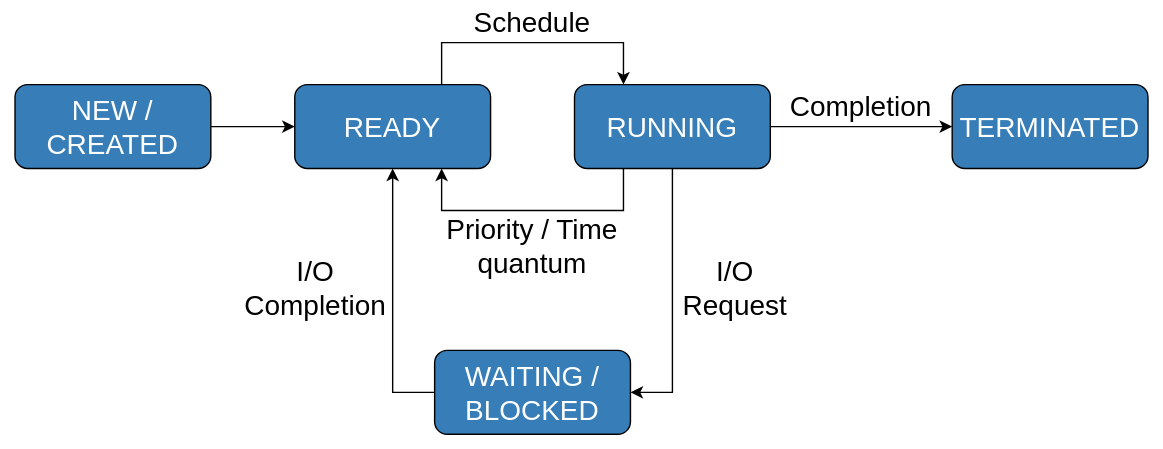
The draw.io diagram content/chapters/compute/lecture/media/thread-states.svg in VladNastase/operating-systems, before a commit. Source tidied: cells renumbered, new cells last; positions are measured from the earlier drawing's top-left corner, leaving out a move shared by most shapes.
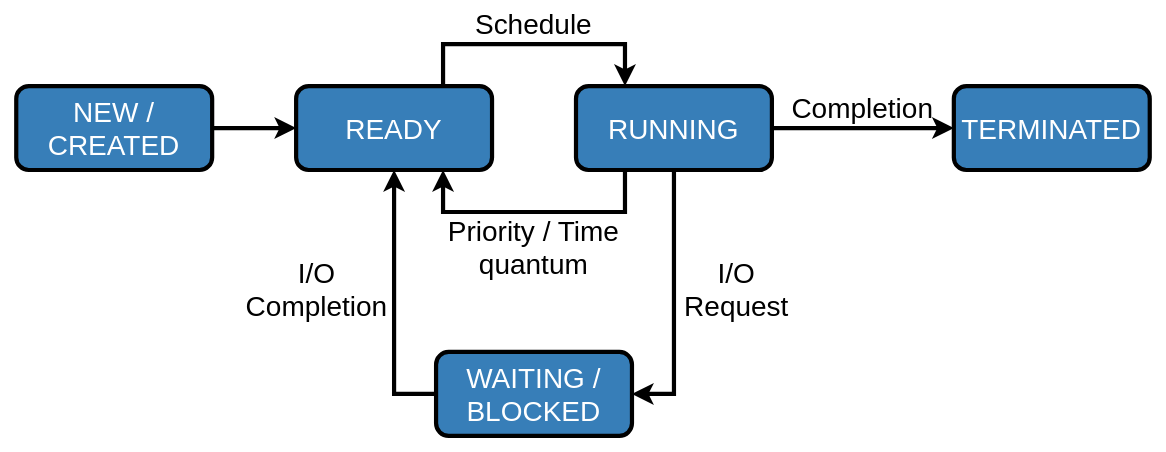
Above is the later version.

Change to the diagram source:
```diff
@@ -2,28 +2,28 @@
   <root>
     <mxCell id="0" />
     <mxCell id="1" parent="0" />
-    <mxCell id="2" style="rounded=1;whiteSpace=wrap;html=1;fontSize=20;strokeColor=#FFFFFF;fillColor=#FFFFFF;" parent="1" vertex="1">
+    <mxCell id="2" style="rounded=1;whiteSpace=wrap;html=1;fontSize=20;strokeColor=#FFFFFF;fillColor=#FFFFFF;strokeWidth=3;" parent="1" vertex="1">
       <mxGeometry width="830" height="320" as="geometry" />
     </mxCell>
-    <mxCell id="3" value="NEW / CREATED" style="rounded=1;whiteSpace=wrap;html=1;fontSize=20;fillColor=#377EB8;strokeColor=#000000;fontColor=#FFFFFF;" parent="1" vertex="1">
+    <mxCell id="3" value="NEW / CREATED" style="rounded=1;whiteSpace=wrap;html=1;fontSize=20;fillColor=#377EB8;strokeColor=#000000;fontColor=#FFFFFF;strokeWidth=3;" parent="1" vertex="1">
       <mxGeometry x="10" y="60" width="140" height="60" as="geometry" />
     </mxCell>
-    <mxCell id="4" value="READY" style="rounded=1;whiteSpace=wrap;html=1;fontSize=20;fillColor=#377EB8;strokeColor=#000000;fontColor=#FFFFFF;" parent="1" vertex="1">
+    <mxCell id="4" value="READY" style="rounded=1;whiteSpace=wrap;html=1;fontSize=20;fillColor=#377EB8;strokeColor=#000000;fontColor=#FFFFFF;strokeWidth=3;" parent="1" vertex="1">
       <mxGeometry x="210" y="60" width="140" height="60" as="geometry" />
     </mxCell>
-    <mxCell id="5" value="RUNNING" style="rounded=1;whiteSpace=wrap;html=1;fontSize=20;fillColor=#377EB8;strokeColor=#000000;fontColor=#FFFFFF;" parent="1" vertex="1">
+    <mxCell id="5" value="RUNNING" style="rounded=1;whiteSpace=wrap;html=1;fontSize=20;fillColor=#377EB8;strokeColor=#000000;fontColor=#FFFFFF;strokeWidth=3;" parent="1" vertex="1">
       <mxGeometry x="410" y="60" width="140" height="60" as="geometry" />
     </mxCell>
-    <mxCell id="6" value="TERMINATED" style="rounded=1;whiteSpace=wrap;html=1;fontSize=20;fillColor=#377EB8;strokeColor=#000000;fontColor=#FFFFFF;" parent="1" vertex="1">
+    <mxCell id="6" value="TERMINATED" style="rounded=1;whiteSpace=wrap;html=1;fontSize=20;fillColor=#377EB8;strokeColor=#000000;fontColor=#FFFFFF;strokeWidth=3;" parent="1" vertex="1">
       <mxGeometry x="680" y="60" width="140" height="60" as="geometry" />
     </mxCell>
-    <mxCell id="7" value="WAITING / BLOCKED" style="rounded=1;whiteSpace=wrap;html=1;fontSize=20;fillColor=#377EB8;strokeColor=#000000;fontColor=#FFFFFF;" parent="1" vertex="1">
+    <mxCell id="7" value="WAITING / BLOCKED" style="rounded=1;whiteSpace=wrap;html=1;fontSize=20;fillColor=#377EB8;strokeColor=#000000;fontColor=#FFFFFF;strokeWidth=3;" parent="1" vertex="1">
       <mxGeometry x="310" y="250" width="140" height="60" as="geometry" />
     </mxCell>
-    <mxCell id="8" style="endArrow=classic;html=1;rounded=0;entryX=0;entryY=0.5;entryDx=0;entryDy=0;exitX=1;exitY=0.5;exitDx=0;exitDy=0;fontSize=20;" parent="1" edge="1" source="3" target="4">
+    <mxCell id="8" style="endArrow=classic;html=1;rounded=0;entryX=0;entryY=0.5;entryDx=0;entryDy=0;exitX=1;exitY=0.5;exitDx=0;exitDy=0;fontSize=20;strokeWidth=3;" parent="1" edge="1" source="3" target="4">
       <mxGeometry relative="1" as="geometry" />
     </mxCell>
-    <mxCell id="9" style="endArrow=classic;html=1;rounded=0;fontSize=20;entryX=0.25;entryY=0;entryDx=0;entryDy=0;exitX=0.75;exitY=0;exitDx=0;exitDy=0;" parent="1" edge="1" source="4" target="5">
+    <mxCell id="9" style="endArrow=classic;html=1;rounded=0;fontSize=20;entryX=0.25;entryY=0;entryDx=0;entryDy=0;exitX=0.75;exitY=0;exitDx=0;exitDy=0;strokeWidth=3;" parent="1" edge="1" source="4" target="5">
       <mxGeometry relative="1" as="geometry">
         <Array as="points">
           <mxPoint x="315" y="30" />
@@ -32,7 +32,7 @@
         </Array>
       </mxGeometry>
     </mxCell>
-    <mxCell id="10" style="endArrow=classic;html=1;rounded=0;fontSize=20;entryX=0.75;entryY=1;entryDx=0;entryDy=0;exitX=0.25;exitY=1;exitDx=0;exitDy=0;" parent="1" edge="1" source="5" target="4">
+    <mxCell id="10" style="endArrow=classic;html=1;rounded=0;fontSize=20;entryX=0.75;entryY=1;entryDx=0;entryDy=0;exitX=0.25;exitY=1;exitDx=0;exitDy=0;strokeWidth=3;" parent="1" edge="1" source="5" target="4">
       <mxGeometry relative="1" as="geometry">
         <Array as="points">
           <mxPoint x="445" y="150" />
@@ -41,14 +41,14 @@
         </Array>
       </mxGeometry>
     </mxCell>
-    <mxCell id="11" style="endArrow=classic;html=1;rounded=0;fontSize=20;entryX=1;entryY=0.5;entryDx=0;entryDy=0;exitX=0.5;exitY=1;exitDx=0;exitDy=0;" parent="1" edge="1" source="5" target="7">
+    <mxCell id="11" style="endArrow=classic;html=1;rounded=0;fontSize=20;entryX=1;entryY=0.5;entryDx=0;entryDy=0;exitX=0.5;exitY=1;exitDx=0;exitDy=0;strokeWidth=3;" parent="1" edge="1" source="5" target="7">
       <mxGeometry relative="1" as="geometry">
         <Array as="points">
           <mxPoint x="480" y="280" />
         </Array>
       </mxGeometry>
     </mxCell>
-    <mxCell id="12" style="endArrow=classic;html=1;rounded=0;fontSize=20;entryX=0.5;entryY=1;entryDx=0;entryDy=0;exitX=0;exitY=0.5;exitDx=0;exitDy=0;" parent="1" edge="1" source="7" target="4">
+    <mxCell id="12" style="endArrow=classic;html=1;rounded=0;fontSize=20;entryX=0.5;entryY=1;entryDx=0;entryDy=0;exitX=0;exitY=0.5;exitDx=0;exitDy=0;strokeWidth=3;" parent="1" edge="1" source="7" target="4">
       <mxGeometry relative="1" as="geometry">
         <Array as="points">
           <mxPoint x="280" y="280" />
@@ -56,22 +56,22 @@
         </Array>
       </mxGeometry>
     </mxCell>
-    <mxCell id="13" value="Schedule" style="text;html=1;strokeColor=none;fillColor=none;align=center;verticalAlign=middle;whiteSpace=wrap;rounded=0;fontSize=20;" parent="1" vertex="1">
+    <mxCell id="13" value="Schedule" style="text;html=1;strokeColor=none;fillColor=none;align=center;verticalAlign=middle;whiteSpace=wrap;rounded=0;fontSize=20;strokeWidth=3;" parent="1" vertex="1">
       <mxGeometry x="335" width="90" height="30" as="geometry" />
     </mxCell>
-    <mxCell id="14" value="Priority / Time quantum" style="text;html=1;strokeColor=none;fillColor=none;align=center;verticalAlign=middle;whiteSpace=wrap;rounded=0;fontSize=20;" parent="1" vertex="1">
+    <mxCell id="14" value="Priority / Time quantum" style="text;html=1;strokeColor=none;fillColor=none;align=center;verticalAlign=middle;whiteSpace=wrap;rounded=0;fontSize=20;strokeWidth=3;" parent="1" vertex="1">
       <mxGeometry x="291.2" y="150" width="177.5" height="50" as="geometry" />
     </mxCell>
-    <mxCell id="15" value="&lt;div&gt;I/O&lt;/div&gt;&lt;div&gt;Request&lt;br&gt;&lt;/div&gt;" style="text;html=1;strokeColor=none;fillColor=none;align=center;verticalAlign=middle;whiteSpace=wrap;rounded=0;fontSize=20;" parent="1" vertex="1">
+    <mxCell id="15" value="&lt;div&gt;I/O&lt;/div&gt;&lt;div&gt;Request&lt;br&gt;&lt;/div&gt;" style="text;html=1;strokeColor=none;fillColor=none;align=center;verticalAlign=middle;whiteSpace=wrap;rounded=0;fontSize=20;strokeWidth=3;" parent="1" vertex="1">
       <mxGeometry x="480" y="180" width="90" height="50" as="geometry" />
     </mxCell>
-    <mxCell id="16" value="&lt;div&gt;I/O&lt;/div&gt;&lt;div&gt;Completion&lt;br&gt;&lt;/div&gt;" style="text;html=1;strokeColor=none;fillColor=none;align=center;verticalAlign=middle;whiteSpace=wrap;rounded=0;fontSize=20;" parent="1" vertex="1">
+    <mxCell id="16" value="&lt;div&gt;I/O&lt;/div&gt;&lt;div&gt;Completion&lt;br&gt;&lt;/div&gt;" style="text;html=1;strokeColor=none;fillColor=none;align=center;verticalAlign=middle;whiteSpace=wrap;rounded=0;fontSize=20;strokeWidth=3;" parent="1" vertex="1">
       <mxGeometry x="170" y="180" width="110" height="50" as="geometry" />
     </mxCell>
-    <mxCell id="17" style="endArrow=classic;html=1;rounded=0;fontSize=20;entryX=0;entryY=0.5;entryDx=0;entryDy=0;exitX=1;exitY=0.5;exitDx=0;exitDy=0;" parent="1" edge="1" source="5" target="6">
+    <mxCell id="17" style="endArrow=classic;html=1;rounded=0;fontSize=20;entryX=0;entryY=0.5;entryDx=0;entryDy=0;exitX=1;exitY=0.5;exitDx=0;exitDy=0;strokeWidth=3;" parent="1" edge="1" source="5" target="6">
       <mxGeometry relative="1" as="geometry" />
     </mxCell>
-    <mxCell id="18" value="Completion" style="text;html=1;strokeColor=none;fillColor=none;align=center;verticalAlign=middle;whiteSpace=wrap;rounded=0;fontSize=20;" parent="1" vertex="1">
+    <mxCell id="18" value="Completion" style="text;html=1;strokeColor=none;fillColor=none;align=center;verticalAlign=middle;whiteSpace=wrap;rounded=0;fontSize=20;strokeWidth=3;" parent="1" vertex="1">
       <mxGeometry x="560" y="60" width="110" height="30" as="geometry" />
     </mxCell>
   </root>
```
